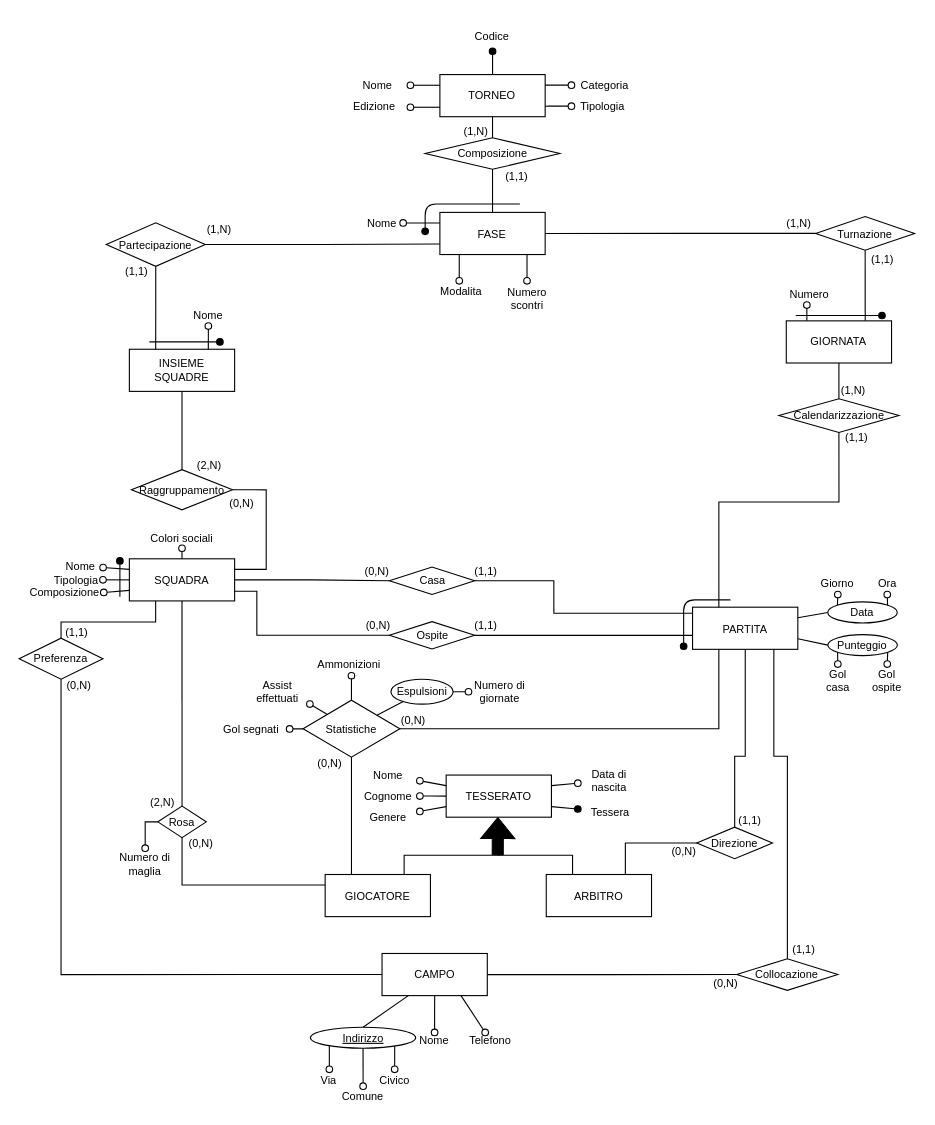
The draw.io diagram page "ER" (1 of 4) of bdsi-prog-2023.drawio in dichohnf/bdsi_2022-23, before the edit. Source tidied: cells renumbered, new cells numbered last; positions are measured from the earlier drawing's top-left corner, leaving out a move shared by most shapes. Both pictures are drawn from the tidied source at 110%, with x=0, y=0 at pixel (19, 19).
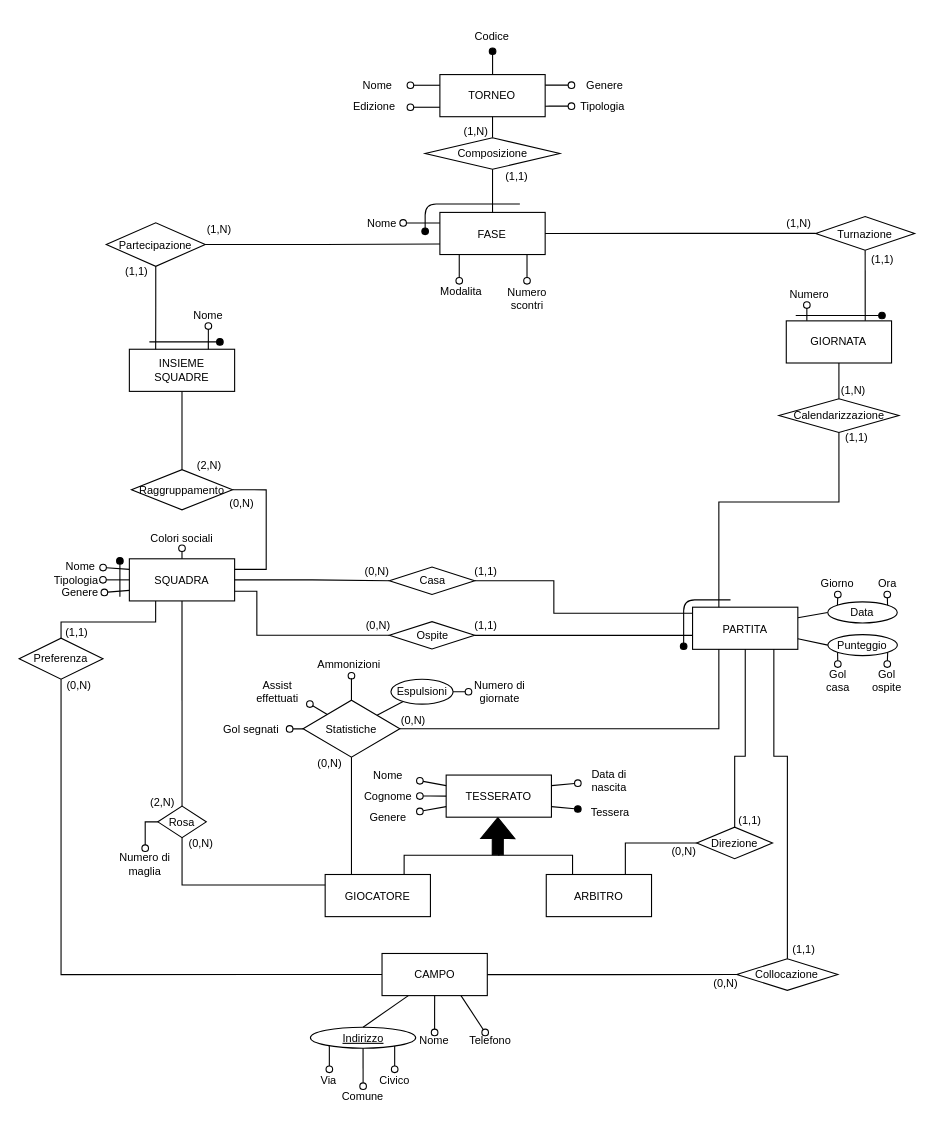
The same diagram, later.

The change refers to these unchanged cells:
```xml
<mxCell id="52" style="group;fontSize=10;" parent="51" vertex="1">
  <mxGeometry y="27.8" width="162.7" height="44" as="geometry" />
</mxCell>
```

The edit, as a diff of the source:
```diff
@@
-    <mxCell id="8" value="&lt;div style=&quot;font-size: 10px;&quot;&gt;&lt;font style=&quot;font-size: 10px;&quot;&gt;Categoria&lt;/font&gt;&lt;/div&gt;" style="text;strokeColor=none;align=center;fillColor=none;html=1;verticalAlign=middle;whiteSpace=wrap;rounded=0;fontSize=10;" parent="1" vertex="1">
+    <mxCell id="8" value="&lt;div style=&quot;font-size: 10px;&quot;&gt;Genere&lt;/div&gt;" style="text;strokeColor=none;align=center;fillColor=none;html=1;verticalAlign=middle;whiteSpace=wrap;rounded=0;fontSize=10;" parent="1" vertex="1">
       <mxGeometry x="502" y="50.3" width="61.2" height="19.1" as="geometry" />
     </mxCell>
@@
-    <mxCell id="58" value="&lt;div style=&quot;font-size: 10px;&quot;&gt;&lt;font style=&quot;font-size: 10px;&quot;&gt;Composizione&lt;/font&gt;&lt;/div&gt;" style="text;strokeColor=none;align=center;fillColor=none;html=1;verticalAlign=middle;whiteSpace=wrap;rounded=0;fontSize=10;" parent="52" vertex="1">
-      <mxGeometry x="-27.8" y="21.1" width="72.7" height="19.1" as="geometry" />
+    <mxCell id="58" value="&lt;div style=&quot;font-size: 10px;&quot;&gt;&lt;font style=&quot;font-size: 10px;&quot;&gt;Genere&lt;/font&gt;&lt;/div&gt;" style="text;strokeColor=none;align=center;fillColor=none;html=1;verticalAlign=middle;whiteSpace=wrap;rounded=0;fontSize=10;" parent="52" vertex="1">
+      <mxGeometry y="21.1" width="45" height="19.1" as="geometry" />
     </mxCell>
```
